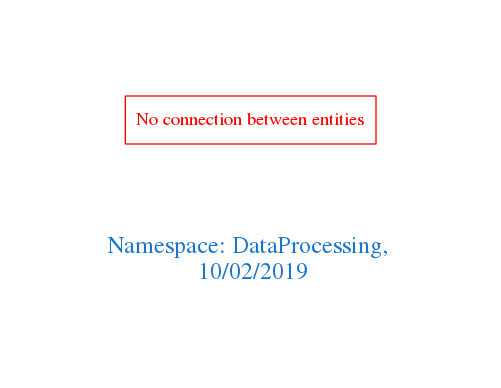
Earlier version of the Graphviz export downloads/DataProcessing.png (arago/OGIT). Its source is kept beside it as downloads/DataProcessing.dot.
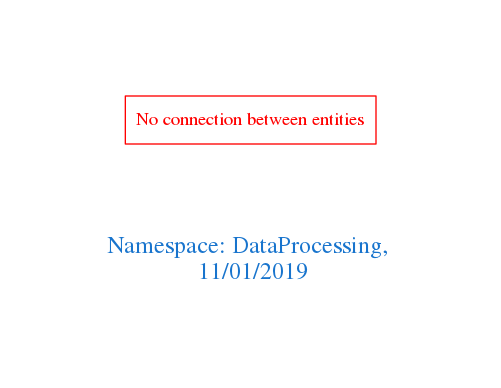
The same file after the commit.

The edit, as a diff of the source:
```diff
@@ -1,7 +1,7 @@
 digraph OGIT_ontology {
  graph [ rankdir= LR,pad=1
 fontsize = 18,
-fontcolor= dodgerblue3,label = "\n\n\nNamespace: DataProcessing, \n 10/02/2019"];
+fontcolor= dodgerblue3,label = "\n\n\nNamespace: DataProcessing, \n 11/01/2019"];
 node[shape=polygon];
 edge [  color="gray81"];
 
```
